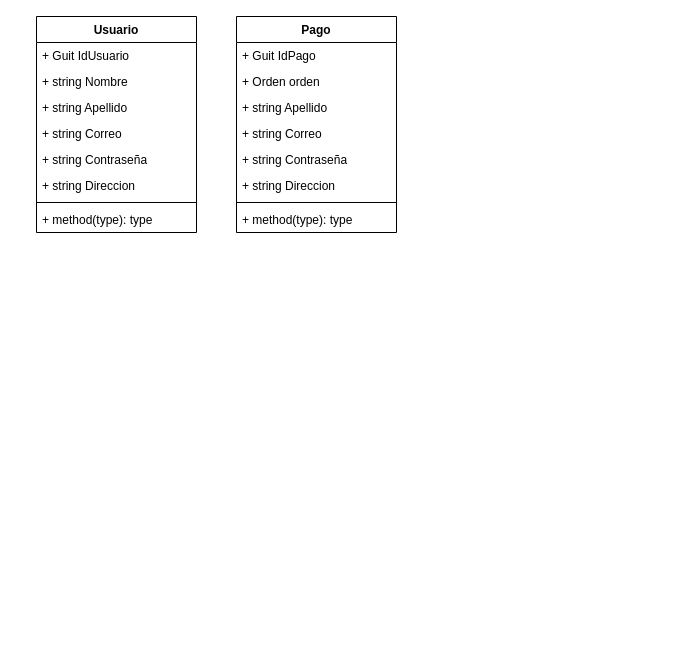
miguel2433/Olimpiadas keeps this draw.io diagram as Doc/Driagrama de Clases.Drawio. Above is the earlier version. Source tidied: cells renumbered, new cells numbered last; positions are measured from the earlier drawing's top-left corner, leaving out a move shared by most shapes. Both pictures are drawn from the tidied source at 100%, with x=0, y=0 at pixel (36, 16).
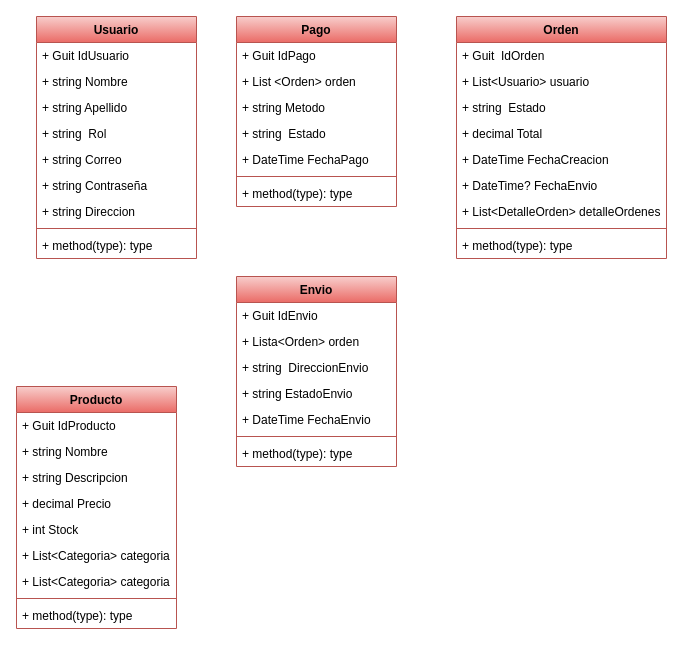
After the change.

The edit, as a diff of the source:
```diff
@@
-    <mxCell id="2" value="Usuario" style="swimlane;fontStyle=1;align=center;verticalAlign=top;horizontal=1;startSize=26;" parent="1" vertex="1">
-      <mxGeometry width="160" height="216" as="geometry" />
+    <mxCell id="2" value="Usuario" style="swimlane;fontStyle=1;align=center;verticalAlign=middle;horizontal=1;startSize=26;fillColor=#f8cecc;gradientColor=#ea6b66;strokeColor=#b85450;fontColor=#000000;" parent="1" vertex="1">
+      <mxGeometry width="160" height="242" as="geometry" />
     </mxCell>
-    <mxCell id="3" value="+ Guit IdUsuario" style="text;strokeColor=none;fillColor=none;align=left;verticalAlign=top;spacingLeft=4;spacingRight=4;overflow=hidden;" parent="2" vertex="1">
+    <mxCell id="3" value="+ Guit IdUsuario" style="text;strokeColor=none;fillColor=none;align=left;verticalAlign=middle;spacingLeft=4;spacingRight=4;overflow=hidden;" parent="2" vertex="1">
       <mxGeometry y="26" width="160" height="26" as="geometry" />
     </mxCell>
@@
+    <mxCell id="20" value="+ string  Rol" style="text;strokeColor=none;fillColor=none;align=left;verticalAlign=top;spacingLeft=4;spacingRight=4;overflow=hidden;" parent="2" vertex="1">
+      <mxGeometry y="104" width="160" height="26" as="geometry" />
+    </mxCell>
     <mxCell id="6" value="+ string Correo" style="text;strokeColor=none;fillColor=none;align=left;verticalAlign=top;spacingLeft=4;spacingRight=4;overflow=hidden;" parent="2" vertex="1">
-      <mxGeometry y="104" width="160" height="26" as="geometry" />
+      <mxGeometry y="130" width="160" height="26" as="geometry" />
     </mxCell>
-    <mxCell id="7" value="+ string Contraseña" style="text;strokeColor=none;fillColor=none;align=left;verticalAlign=top;spacingLeft=4;spacingRight=4;overflow=hidden;" parent="2" vertex="1">
-      <mxGeometry y="130" width="160" height="26" as="geometry" />
+    <mxCell id="7" value="+ string Contraseña" style="text;align=left;verticalAlign=top;spacingLeft=4;spacingRight=4;overflow=hidden;fontStyle=0;" parent="2" vertex="1">
+      <mxGeometry y="156" width="160" height="26" as="geometry" />
     </mxCell>
     <mxCell id="8" value="+ string Direccion" style="text;strokeColor=none;fillColor=none;align=left;verticalAlign=top;spacingLeft=4;spacingRight=4;overflow=hidden;" parent="2" vertex="1">
-      <mxGeometry y="156" width="160" height="26" as="geometry" />
+      <mxGeometry y="182" width="160" height="26" as="geometry" />
     </mxCell>
     <mxCell id="9" style="line;strokeWidth=1;fillColor=none;align=left;verticalAlign=middle;spacingTop=-1;spacingLeft=3;spacingRight=3;labelPosition=right;strokeColor=inherit;" parent="2" vertex="1">
-      <mxGeometry y="182" width="160" height="8" as="geometry" />
+      <mxGeometry y="208" width="160" height="8" as="geometry" />
     </mxCell>
     <mxCell id="10" value="+ method(type): type" style="text;strokeColor=none;fillColor=none;align=left;verticalAlign=top;spacingLeft=4;spacingRight=4;overflow=hidden;" parent="2" vertex="1">
-      <mxGeometry y="190" width="160" height="26" as="geometry" />
+      <mxGeometry y="216" width="160" height="26" as="geometry" />
     </mxCell>
-    <mxCell id="11" value="Pago" style="swimlane;fontStyle=1;align=center;verticalAlign=top;horizontal=1;startSize=26;" parent="1" vertex="1">
-      <mxGeometry x="200" width="160" height="216" as="geometry" />
+    <mxCell id="11" value="Pago" style="swimlane;fontStyle=1;align=center;verticalAlign=top;horizontal=1;startSize=26;fillColor=#f8cecc;gradientColor=#ea6b66;strokeColor=#b85450;gradientDirection=south;fontColor=#000000;labelBackgroundColor=none;labelBorderColor=none;" parent="1" vertex="1">
+      <mxGeometry x="200" width="160" height="190" as="geometry" />
     </mxCell>
@@
-    <mxCell id="13" value="+ Orden orden" style="text;strokeColor=none;fillColor=none;align=left;verticalAlign=top;spacingLeft=4;spacingRight=4;overflow=hidden;" parent="11" vertex="1">
+    <mxCell id="13" value="+ List &lt;Orden&gt; orden" style="text;strokeColor=none;fillColor=none;align=left;verticalAlign=top;spacingLeft=4;spacingRight=4;overflow=hidden;" parent="11" vertex="1">
       <mxGeometry y="52" width="160" height="26" as="geometry" />
     </mxCell>
-    <mxCell id="14" value="+ string Apellido" style="text;strokeColor=none;fillColor=none;align=left;verticalAlign=top;spacingLeft=4;spacingRight=4;overflow=hidden;" parent="11" vertex="1">
+    <mxCell id="14" value="+ string Metodo" style="text;strokeColor=none;fillColor=none;align=left;verticalAlign=top;spacingLeft=4;spacingRight=4;overflow=hidden;" parent="11" vertex="1">
       <mxGeometry y="78" width="160" height="26" as="geometry" />
     </mxCell>
-    <mxCell id="15" value="+ string Correo" style="text;strokeColor=none;fillColor=none;align=left;verticalAlign=top;spacingLeft=4;spacingRight=4;overflow=hidden;" parent="11" vertex="1">
+    <mxCell id="15" value="+ string  Estado" style="text;strokeColor=none;fillColor=none;align=left;verticalAlign=top;spacingLeft=4;spacingRight=4;overflow=hidden;" parent="11" vertex="1">
       <mxGeometry y="104" width="160" height="26" as="geometry" />
     </mxCell>
-    <mxCell id="16" value="+ string Contraseña" style="text;strokeColor=none;fillColor=none;align=left;verticalAlign=top;spacingLeft=4;spacingRight=4;overflow=hidden;" parent="11" vertex="1">
+    <mxCell id="16" value="+ DateTime FechaPago" style="text;strokeColor=none;fillColor=none;align=left;verticalAlign=top;spacingLeft=4;spacingRight=4;overflow=hidden;" parent="11" vertex="1">
       <mxGeometry y="130" width="160" height="26" as="geometry" />
     </mxCell>
-    <mxCell id="17" value="+ string Direccion" style="text;strokeColor=none;fillColor=none;align=left;verticalAlign=top;spacingLeft=4;spacingRight=4;overflow=hidden;" parent="11" vertex="1">
-      <mxGeometry y="156" width="160" height="26" as="geometry" />
-    </mxCell>
     <mxCell id="18" style="line;strokeWidth=1;fillColor=none;align=left;verticalAlign=middle;spacingTop=-1;spacingLeft=3;spacingRight=3;labelPosition=right;strokeColor=inherit;" parent="11" vertex="1">
-      <mxGeometry y="182" width="160" height="8" as="geometry" />
+      <mxGeometry y="156" width="160" height="8" as="geometry" />
     </mxCell>
     <mxCell id="19" value="+ method(type): type" style="text;strokeColor=none;fillColor=none;align=left;verticalAlign=top;spacingLeft=4;spacingRight=4;overflow=hidden;" parent="11" vertex="1">
-      <mxGeometry y="190" width="160" height="26" as="geometry" />
+      <mxGeometry y="164" width="160" height="26" as="geometry" />
     </mxCell>
+    <mxCell id="21" value="Orden" style="swimlane;fontStyle=1;align=center;verticalAlign=middle;horizontal=1;startSize=26;fillColor=#f8cecc;gradientColor=#ea6b66;strokeColor=#b85450;fontColor=#000000;" parent="1" vertex="1">
+      <mxGeometry x="420" width="210" height="242" as="geometry" />
+    </mxCell>
+    <mxCell id="22" value="+ Guit  IdOrden" style="text;strokeColor=none;fillColor=none;align=left;verticalAlign=middle;spacingLeft=4;spacingRight=4;overflow=hidden;" parent="21" vertex="1">
+      <mxGeometry y="26" width="210" height="26" as="geometry" />
+    </mxCell>
+    <mxCell id="23" value="+ List&lt;Usuario&gt; usuario" style="text;strokeColor=none;fillColor=none;align=left;verticalAlign=top;spacingLeft=4;spacingRight=4;overflow=hidden;" parent="21" vertex="1">
+      <mxGeometry y="52" width="210" height="26" as="geometry" />
+    </mxCell>
+    <mxCell id="24" value="+ string  Estado" style="text;strokeColor=none;fillColor=none;align=left;verticalAlign=top;spacingLeft=4;spacingRight=4;overflow=hidden;" parent="21" vertex="1">
+      <mxGeometry y="78" width="210" height="26" as="geometry" />
+    </mxCell>
+    <mxCell id="25" value="+ decimal Total" style="text;strokeColor=none;fillColor=none;align=left;verticalAlign=top;spacingLeft=4;spacingRight=4;overflow=hidden;" parent="21" vertex="1">
+      <mxGeometry y="104" width="210" height="26" as="geometry" />
+    </mxCell>
+    <mxCell id="26" value="+ DateTime FechaCreacion" style="text;align=left;verticalAlign=top;spacingLeft=4;spacingRight=4;overflow=hidden;fontStyle=0;" parent="21" vertex="1">
+      <mxGeometry y="130" width="210" height="26" as="geometry" />
+    </mxCell>
+    <mxCell id="27" value="+ DateTime? FechaEnvio" style="text;strokeColor=none;fillColor=none;align=left;verticalAlign=top;spacingLeft=4;spacingRight=4;overflow=hidden;" parent="21" vertex="1">
+      <mxGeometry y="156" width="210" height="26" as="geometry" />
+    </mxCell>
+    <mxCell id="28" value="+ List&lt;DetalleOrden&gt; detalleOrdenes" style="text;strokeColor=none;fillColor=none;align=left;verticalAlign=top;spacingLeft=4;spacingRight=4;overflow=hidden;" parent="21" vertex="1">
+      <mxGeometry y="182" width="210" height="26" as="geometry" />
+    </mxCell>
+    <mxCell id="29" style="line;strokeWidth=1;fillColor=none;align=left;verticalAlign=middle;spacingTop=-1;spacingLeft=3;spacingRight=3;labelPosition=right;strokeColor=inherit;" parent="21" vertex="1">
+      <mxGeometry y="208" width="210" height="8" as="geometry" />
+    </mxCell>
+    <mxCell id="30" value="+ method(type): type" style="text;strokeColor=none;fillColor=none;align=left;verticalAlign=top;spacingLeft=4;spacingRight=4;overflow=hidden;" parent="21" vertex="1">
+      <mxGeometry y="216" width="210" height="26" as="geometry" />
+    </mxCell>
+    <mxCell id="31" value="Envio" style="swimlane;fontStyle=1;align=center;verticalAlign=middle;horizontal=1;startSize=26;fillColor=#f8cecc;gradientColor=#ea6b66;strokeColor=#b85450;fontColor=#000000;" parent="1" vertex="1">
+      <mxGeometry x="200" y="260" width="160" height="190" as="geometry" />
+    </mxCell>
+    <mxCell id="32" value="+ Guit IdEnvio" style="text;strokeColor=none;fillColor=none;align=left;verticalAlign=middle;spacingLeft=4;spacingRight=4;overflow=hidden;" parent="31" vertex="1">
+      <mxGeometry y="26" width="160" height="26" as="geometry" />
+    </mxCell>
+    <mxCell id="33" value="+ Lista&lt;Orden&gt; orden" style="text;strokeColor=none;fillColor=none;align=left;verticalAlign=top;spacingLeft=4;spacingRight=4;overflow=hidden;" parent="31" vertex="1">
+      <mxGeometry y="52" width="160" height="26" as="geometry" />
+    </mxCell>
+    <mxCell id="34" value="+ string  DireccionEnvio" style="text;strokeColor=none;fillColor=none;align=left;verticalAlign=top;spacingLeft=4;spacingRight=4;overflow=hidden;" parent="31" vertex="1">
+      <mxGeometry y="78" width="160" height="26" as="geometry" />
+    </mxCell>
+    <mxCell id="35" value="+ string EstadoEnvio" style="text;strokeColor=none;fillColor=none;align=left;verticalAlign=top;spacingLeft=4;spacingRight=4;overflow=hidden;" parent="31" vertex="1">
+      <mxGeometry y="104" width="160" height="26" as="geometry" />
+    </mxCell>
+    <mxCell id="36" value="+ DateTime FechaEnvio" style="text;align=left;verticalAlign=top;spacingLeft=4;spacingRight=4;overflow=hidden;fontStyle=0;" parent="31" vertex="1">
+      <mxGeometry y="130" width="160" height="26" as="geometry" />
+    </mxCell>
+    <mxCell id="37" style="line;strokeWidth=1;fillColor=none;align=left;verticalAlign=middle;spacingTop=-1;spacingLeft=3;spacingRight=3;labelPosition=right;strokeColor=inherit;" parent="31" vertex="1">
+      <mxGeometry y="156" width="160" height="8" as="geometry" />
+    </mxCell>
+    <mxCell id="38" value="+ method(type): type" style="text;strokeColor=none;fillColor=none;align=left;verticalAlign=top;spacingLeft=4;spacingRight=4;overflow=hidden;" parent="31" vertex="1">
+      <mxGeometry y="164" width="160" height="26" as="geometry" />
+    </mxCell>
+    <mxCell id="39" value="Producto" style="swimlane;fontStyle=1;align=center;verticalAlign=middle;horizontal=1;startSize=26;fillColor=#f8cecc;gradientColor=#ea6b66;strokeColor=#b85450;fontColor=#000000;" parent="1" vertex="1">
+      <mxGeometry x="-20" y="370" width="160" height="242" as="geometry" />
+    </mxCell>
+    <mxCell id="40" value="+ Guit IdProducto" style="text;strokeColor=none;fillColor=none;align=left;verticalAlign=middle;spacingLeft=4;spacingRight=4;overflow=hidden;" parent="39" vertex="1">
+      <mxGeometry y="26" width="160" height="26" as="geometry" />
+    </mxCell>
+    <mxCell id="41" value="+ string Nombre" style="text;strokeColor=none;fillColor=none;align=left;verticalAlign=top;spacingLeft=4;spacingRight=4;overflow=hidden;" parent="39" vertex="1">
+      <mxGeometry y="52" width="160" height="26" as="geometry" />
+    </mxCell>
+    <mxCell id="42" value="+ string Descripcion" style="text;strokeColor=none;fillColor=none;align=left;verticalAlign=top;spacingLeft=4;spacingRight=4;overflow=hidden;" parent="39" vertex="1">
+      <mxGeometry y="78" width="160" height="26" as="geometry" />
+    </mxCell>
+    <mxCell id="43" value="+ decimal Precio" style="text;strokeColor=none;fillColor=none;align=left;verticalAlign=top;spacingLeft=4;spacingRight=4;overflow=hidden;" parent="39" vertex="1">
+      <mxGeometry y="104" width="160" height="26" as="geometry" />
+    </mxCell>
+    <mxCell id="44" value="+ int Stock" style="text;align=left;verticalAlign=top;spacingLeft=4;spacingRight=4;overflow=hidden;fontStyle=0;" parent="39" vertex="1">
+      <mxGeometry y="130" width="160" height="26" as="geometry" />
+    </mxCell>
+    <mxCell id="45" value="+ List&lt;Categoria&gt; categoria" style="text;strokeColor=none;fillColor=none;align=left;verticalAlign=top;spacingLeft=4;spacingRight=4;overflow=hidden;" parent="39" vertex="1">
+      <mxGeometry y="156" width="160" height="26" as="geometry" />
+    </mxCell>
+    <mxCell id="46" value="+ List&lt;Categoria&gt; categoria" style="text;strokeColor=none;fillColor=none;align=left;verticalAlign=top;spacingLeft=4;spacingRight=4;overflow=hidden;" parent="39" vertex="1">
+      <mxGeometry y="182" width="160" height="26" as="geometry" />
+    </mxCell>
+    <mxCell id="47" style="line;strokeWidth=1;fillColor=none;align=left;verticalAlign=middle;spacingTop=-1;spacingLeft=3;spacingRight=3;labelPosition=right;strokeColor=inherit;" parent="39" vertex="1">
+      <mxGeometry y="208" width="160" height="8" as="geometry" />
+    </mxCell>
+    <mxCell id="48" value="+ method(type): type" style="text;strokeColor=none;fillColor=none;align=left;verticalAlign=top;spacingLeft=4;spacingRight=4;overflow=hidden;" parent="39" vertex="1">
+      <mxGeometry y="216" width="160" height="26" as="geometry" />
+    </mxCell>
```
